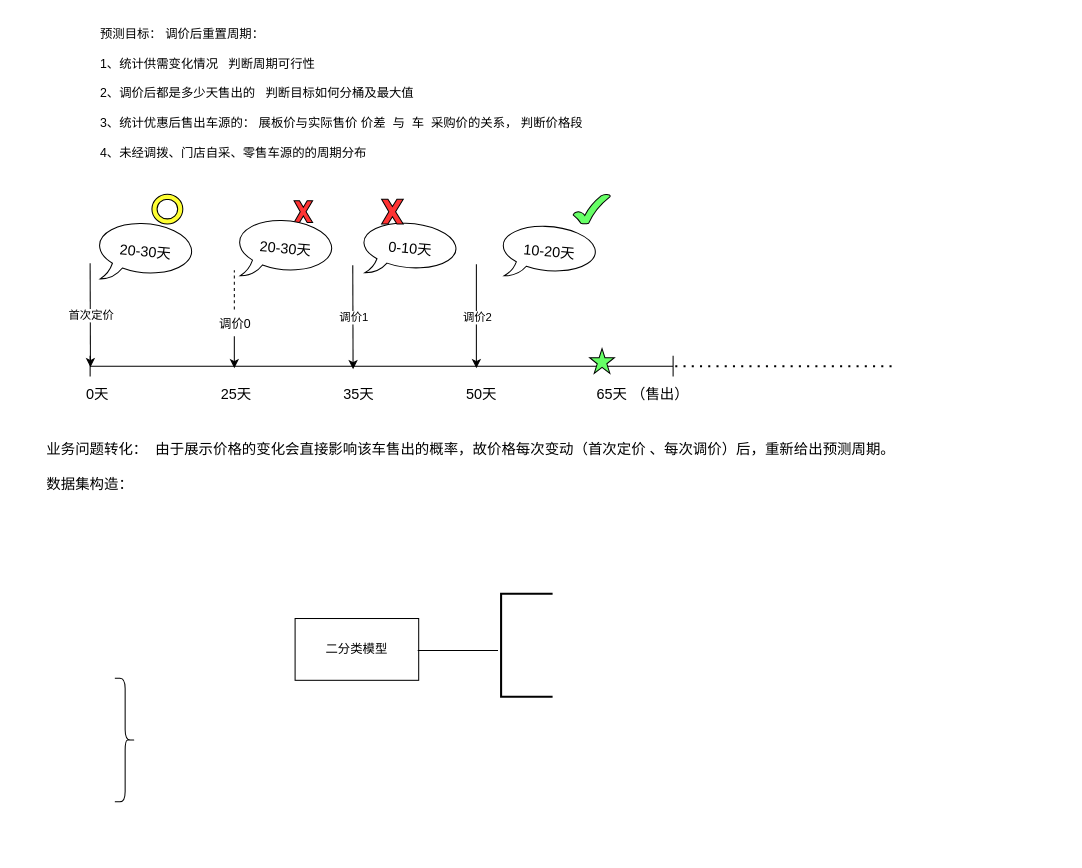
mrlonely001/gittest keeps this draw.io diagram as 周期预测结构图.drawio. Above is the earlier version. Source tidied: cells renumbered, new cells numbered last; positions are measured from the earlier drawing's top-left corner, leaving out a move shared by most shapes. Both pictures are drawn from the tidied source at 103%, with x=0, y=0 at pixel (44, 18).
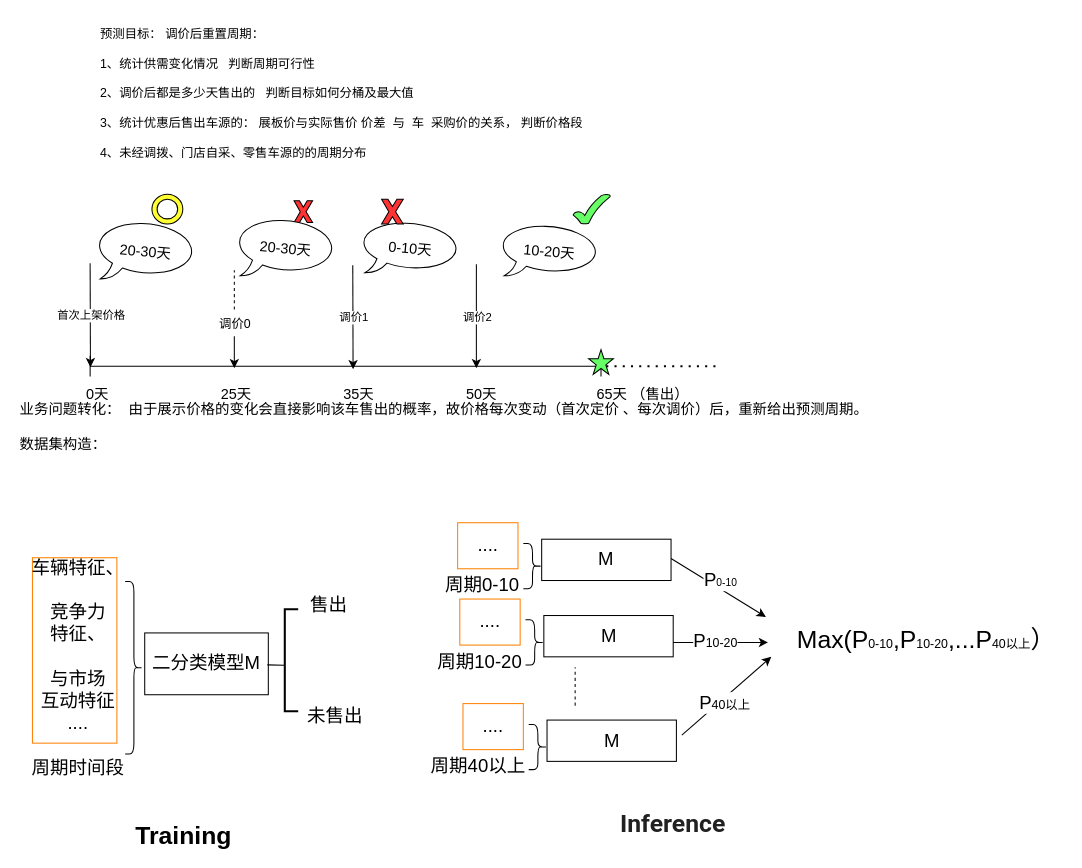
The same page after the edit.

Commit message:
更新周期预测结构图.drawio

The change refers to these unchanged cells:
```xml
<mxCell id="4" style="group;" parent="1" vertex="1">
  <mxGeometry x="23" y="171" width="801" height="209" as="geometry" />
</mxCell>
```

Diff of the diagram source:
```diff
@@
+    <mxCell id="31" style="rounded=0;whiteSpace=wrap;html=1;fontSize=18;fillColor=#FFFFFF;strokeColor=#FF8000;" parent="1" vertex="1">
+      <mxGeometry x="-12" y="524" width="82" height="180" as="geometry" />
+    </mxCell>
@@
     <mxCell id="3" value="&lt;font style=&quot;font-size: 14px;&quot;&gt;业务问题转化：&amp;nbsp; 由于展示价格的变化会直接影响该车售出的概率，故价格每次变动（首次定价 、每次调价）后，重新给出预测周期。&lt;br&gt;&lt;br&gt;数据集构造：&lt;br&gt;&amp;nbsp; &amp;nbsp; &amp;nbsp; &amp;nbsp; &amp;nbsp; &amp;nbsp; &amp;nbsp; &amp;nbsp; &amp;nbsp; &amp;nbsp; &amp;nbsp;&lt;br&gt;&lt;/font&gt;" style="text;html=1;strokeColor=none;fillColor=none;align=left;verticalAlign=middle;whiteSpace=wrap;rounded=0;" parent="1" vertex="1">
-      <mxGeometry y="395" width="858" height="97" as="geometry" />
+      <mxGeometry x="-26" y="356" width="858" height="97" as="geometry" />
     </mxCell>
@@
-    <mxCell id="6" style="group;" parent="4" vertex="1">
-      <mxGeometry x="21" width="780" height="177" as="geometry" />
-    </mxCell>
-    <mxCell id="7" style="shape=crossbar;whiteSpace=wrap;html=1;rounded=1;" parent="6" vertex="1">
-      <mxGeometry y="157" width="566" height="20" as="geometry" />
+    <mxCell id="7" style="shape=crossbar;whiteSpace=wrap;html=1;rounded=1;" parent="4" vertex="1">
+      <mxGeometry x="21" y="157" width="496" height="20" as="geometry" />
     </mxCell>
-    <mxCell id="8" style="endArrow=classic;html=1;rounded=0;entryX=0.131;entryY=0.55;entryDx=0;entryDy=0;entryPerimeter=0;" parent="6" edge="1">
+    <mxCell id="8" style="endArrow=classic;html=1;rounded=0;entryX=0.131;entryY=0.55;entryDx=0;entryDy=0;entryPerimeter=0;" parent="4" edge="1">
       <mxGeometry relative="1" as="geometry">
-        <mxPoint x="255" y="69" as="sourcePoint" />
-        <mxPoint x="255.3" y="170" as="targetPoint" />
+        <mxPoint x="276" y="69" as="sourcePoint" />
+        <mxPoint x="276.3" y="170" as="targetPoint" />
       </mxGeometry>
     </mxCell>
@@
-    <mxCell id="10" style="endArrow=classic;html=1;rounded=0;entryX=0.131;entryY=0.55;entryDx=0;entryDy=0;entryPerimeter=0;" parent="6" edge="1">
+    <mxCell id="10" style="endArrow=classic;html=1;rounded=0;entryX=0.131;entryY=0.55;entryDx=0;entryDy=0;entryPerimeter=0;" parent="4" edge="1">
       <mxGeometry relative="1" as="geometry">
-        <mxPoint x="375" y="68" as="sourcePoint" />
-        <mxPoint x="375" y="169" as="targetPoint" />
+        <mxPoint x="396" y="68" as="sourcePoint" />
+        <mxPoint x="396" y="169" as="targetPoint" />
       </mxGeometry>
     </mxCell>
@@
-    <mxCell id="12" style="endArrow=classic;html=1;rounded=0;entryX=0.131;entryY=0.55;entryDx=0;entryDy=0;entryPerimeter=0;" parent="6" edge="1">
+    <mxCell id="12" style="endArrow=classic;html=1;rounded=0;entryX=0.131;entryY=0.55;entryDx=0;entryDy=0;entryPerimeter=0;" parent="4" edge="1">
       <mxGeometry relative="1" as="geometry">
-        <mxPoint y="67" as="sourcePoint" />
-        <mxPoint x="0.3" y="168" as="targetPoint" />
+        <mxPoint x="21" y="67" as="sourcePoint" />
+        <mxPoint x="21.3" y="168" as="targetPoint" />
       </mxGeometry>
     </mxCell>
-    <mxCell id="13" value="首次定价" style="edgeLabel;html=1;align=center;verticalAlign=middle;" parent="12" vertex="1">
+    <mxCell id="13" value="首次上架价格" style="edgeLabel;html=1;align=center;verticalAlign=middle;" parent="12" vertex="1">
       <mxGeometry relative="1" as="geometry" />
     </mxCell>
-    <mxCell id="14" value="20-30天" style="whiteSpace=wrap;html=1;shape=mxgraph.basic.oval_callout;fontSize=14;rotation=5;" parent="6" vertex="1">
-      <mxGeometry x="4" y="26" width="100" height="60" as="geometry" />
+    <mxCell id="14" value="20-30天" style="whiteSpace=wrap;html=1;shape=mxgraph.basic.oval_callout;fontSize=14;rotation=5;" parent="4" vertex="1">
+      <mxGeometry x="25" y="26" width="100" height="60" as="geometry" />
     </mxCell>
-    <mxCell id="15" value="0-10天" style="whiteSpace=wrap;html=1;shape=mxgraph.basic.oval_callout;fontSize=14;rotation=5;" parent="6" vertex="1">
-      <mxGeometry x="260.7" y="26" width="100" height="54" as="geometry" />
+    <mxCell id="15" value="0-10天" style="whiteSpace=wrap;html=1;shape=mxgraph.basic.oval_callout;fontSize=14;rotation=5;" parent="4" vertex="1">
+      <mxGeometry x="281.7" y="26" width="100" height="54" as="geometry" />
     </mxCell>
-    <mxCell id="16" style="endArrow=none;dashed=1;html=1;dashPattern=1 3;strokeWidth=2;rounded=0;exitX=0.991;exitY=0.65;exitDx=0;exitDy=0;exitPerimeter=0;" parent="6" edge="1">
+    <mxCell id="16" style="endArrow=none;dashed=1;html=1;dashPattern=1 3;strokeWidth=2;rounded=0;exitX=0.991;exitY=0.65;exitDx=0;exitDy=0;exitPerimeter=0;" parent="4" edge="1">
       <mxGeometry relative="1" as="geometry">
-        <mxPoint x="568.1" y="167" as="sourcePoint" />
-        <mxPoint x="780" y="167" as="targetPoint" />
+        <mxPoint x="522.1" y="167" as="sourcePoint" />
+        <mxPoint x="630" y="167" as="targetPoint" />
       </mxGeometry>
     </mxCell>
-    <mxCell id="17" value="10-20天" style="whiteSpace=wrap;html=1;shape=mxgraph.basic.oval_callout;fontSize=14;rotation=5;" parent="6" vertex="1">
-      <mxGeometry x="396" y="29" width="100" height="54" as="geometry" />
+    <mxCell id="17" value="10-20天" style="whiteSpace=wrap;html=1;shape=mxgraph.basic.oval_callout;fontSize=14;rotation=5;" parent="4" vertex="1">
+      <mxGeometry x="417" y="29" width="100" height="54" as="geometry" />
     </mxCell>
-    <mxCell id="18" style="verticalLabelPosition=bottom;verticalAlign=top;html=1;shape=mxgraph.basic.x;fontSize=14;fillColor=#FF3333;" parent="6" vertex="1">
-      <mxGeometry x="198" y="6.5" width="18" height="21" as="geometry" />
+    <mxCell id="18" style="verticalLabelPosition=bottom;verticalAlign=top;html=1;shape=mxgraph.basic.x;fontSize=14;fillColor=#FF3333;" parent="4" vertex="1">
+      <mxGeometry x="219" y="6.5" width="18" height="21" as="geometry" />
     </mxCell>
-    <mxCell id="19" style="verticalLabelPosition=bottom;verticalAlign=top;html=1;shape=mxgraph.basic.x;fontSize=14;fillColor=#FF3333;" parent="6" vertex="1">
-      <mxGeometry x="283" y="5" width="21" height="24" as="geometry" />
+    <mxCell id="19" style="verticalLabelPosition=bottom;verticalAlign=top;html=1;shape=mxgraph.basic.x;fontSize=14;fillColor=#FF3333;" parent="4" vertex="1">
+      <mxGeometry x="304" y="5" width="21" height="24" as="geometry" />
     </mxCell>
-    <mxCell id="20" style="verticalLabelPosition=bottom;verticalAlign=top;html=1;shape=mxgraph.basic.tick;fontSize=14;fillColor=#66FF66;" parent="6" vertex="1">
-      <mxGeometry x="469" width="36" height="29" as="geometry" />
+    <mxCell id="20" style="verticalLabelPosition=bottom;verticalAlign=top;html=1;shape=mxgraph.basic.tick;fontSize=14;fillColor=#66FF66;" parent="4" vertex="1">
+      <mxGeometry x="490" width="36" height="29" as="geometry" />
     </mxCell>
-    <mxCell id="21" style="verticalLabelPosition=bottom;verticalAlign=top;html=1;shape=mxgraph.basic.star;fontSize=14;fillColor=#66FF66;" parent="6" vertex="1">
-      <mxGeometry x="485" y="150" width="24" height="24" as="geometry" />
+    <mxCell id="21" style="verticalLabelPosition=bottom;verticalAlign=top;html=1;shape=mxgraph.basic.star;fontSize=14;fillColor=#66FF66;" parent="4" vertex="1">
+      <mxGeometry x="505" y="151" width="24" height="24" as="geometry" />
     </mxCell>
-    <mxCell id="22" style="endArrow=classic;html=1;rounded=0;" parent="6" edge="1">
+    <mxCell id="22" style="endArrow=classic;html=1;rounded=0;" parent="4" edge="1">
       <mxGeometry relative="1" as="geometry">
-        <mxPoint x="140" y="138" as="sourcePoint" />
-        <mxPoint x="140" y="169" as="targetPoint" />
+        <mxPoint x="161" y="138" as="sourcePoint" />
+        <mxPoint x="161" y="169" as="targetPoint" />
       </mxGeometry>
     </mxCell>
-    <mxCell id="23" style="endArrow=none;dashed=1;html=1;rounded=0;" parent="6" edge="1">
+    <mxCell id="23" style="endArrow=none;dashed=1;html=1;rounded=0;" parent="4" edge="1">
       <mxGeometry relative="1" as="geometry">
-        <mxPoint x="140" y="112" as="sourcePoint" />
-        <mxPoint x="140" y="74" as="targetPoint" />
+        <mxPoint x="161" y="112" as="sourcePoint" />
+        <mxPoint x="161" y="74" as="targetPoint" />
       </mxGeometry>
     </mxCell>
-    <mxCell id="24" value="调价0" style="text;html=1;strokeColor=none;fillColor=none;align=center;verticalAlign=middle;whiteSpace=wrap;rounded=0;" parent="6" vertex="1">
-      <mxGeometry x="111" y="111" width="60" height="30" as="geometry" />
+    <mxCell id="24" value="调价0" style="text;html=1;strokeColor=none;fillColor=none;align=center;verticalAlign=middle;whiteSpace=wrap;rounded=0;" parent="4" vertex="1">
+      <mxGeometry x="132" y="111" width="60" height="30" as="geometry" />
     </mxCell>
-    <mxCell id="25" style="verticalLabelPosition=bottom;verticalAlign=top;html=1;shape=mxgraph.basic.donut;dx=5;fillColor=#FFFF33;" parent="6" vertex="1">
-      <mxGeometry x="60" width="30" height="29" as="geometry" />
+    <mxCell id="25" style="verticalLabelPosition=bottom;verticalAlign=top;html=1;shape=mxgraph.basic.donut;dx=5;fillColor=#FFFF33;" parent="4" vertex="1">
+      <mxGeometry x="81" width="30" height="29" as="geometry" />
     </mxCell>
-    <mxCell id="26" value="20-30天" style="whiteSpace=wrap;html=1;shape=mxgraph.basic.oval_callout;fontSize=14;rotation=5;" parent="6" vertex="1">
-      <mxGeometry x="140" y="23" width="100" height="60" as="geometry" />
+    <mxCell id="26" value="20-30天" style="whiteSpace=wrap;html=1;shape=mxgraph.basic.oval_callout;fontSize=14;rotation=5;" parent="4" vertex="1">
+      <mxGeometry x="161" y="23" width="100" height="60" as="geometry" />
     </mxCell>
-    <mxCell id="27" value="二分类模型" style="rounded=0;whiteSpace=wrap;html=1;fillColor=#FFFFFF;" parent="1" vertex="1">
-      <mxGeometry x="243" y="583" width="120" height="60" as="geometry" />
+    <mxCell id="27" value="&lt;font style=&quot;font-size: 18px;&quot;&gt;二分类模型M&lt;/font&gt;" style="rounded=0;whiteSpace=wrap;html=1;fillColor=#FFFFFF;" parent="1" vertex="1">
+      <mxGeometry x="97" y="597" width="120" height="60" as="geometry" />
     </mxCell>
     <mxCell id="28" style="strokeWidth=2;html=1;shape=mxgraph.flowchart.annotation_1;align=left;fillColor=#FFFFFF;" parent="1" vertex="1">
-      <mxGeometry x="443" y="559" width="50" height="100" as="geometry" />
+      <mxGeometry x="233" y="574" width="13" height="99" as="geometry" />
     </mxCell>
@@
     <mxCell id="30" style="shape=curlyBracket;whiteSpace=wrap;html=1;rounded=1;flipH=1;labelPosition=right;verticalLabelPosition=middle;align=left;verticalAlign=middle;fillColor=#FFFFFF;" parent="1" vertex="1">
-      <mxGeometry x="68" y="641" width="20" height="120" as="geometry" />
+      <mxGeometry x="78" y="547" width="17" height="167.5" as="geometry" />
     </mxCell>
+    <mxCell id="32" value="&lt;font style=&quot;font-size: 18px;&quot;&gt;车辆特征、&lt;br&gt;&lt;br&gt;竞争力&lt;br&gt;特征、&lt;br&gt;&lt;br&gt;与市场&lt;br&gt;互动特征&lt;br&gt;....&lt;br&gt;&lt;br&gt;周期时间段&lt;/font&gt;" style="text;html=1;strokeColor=none;fillColor=none;align=center;verticalAlign=middle;whiteSpace=wrap;rounded=0;" parent="1" vertex="1">
+      <mxGeometry x="-17" y="530.3" width="99" height="200.9" as="geometry" />
+    </mxCell>
+    <mxCell id="33" value="售出" style="text;html=1;strokeColor=none;fillColor=none;align=center;verticalAlign=middle;whiteSpace=wrap;rounded=0;fontSize=18;" parent="1" vertex="1">
+      <mxGeometry x="246" y="555" width="60" height="30" as="geometry" />
+    </mxCell>
+    <mxCell id="34" value="未售出" style="text;html=1;strokeColor=none;fillColor=none;align=center;verticalAlign=middle;whiteSpace=wrap;rounded=0;fontSize=18;" parent="1" vertex="1">
+      <mxGeometry x="252" y="663" width="60" height="30" as="geometry" />
+    </mxCell>
+    <mxCell id="35" value="&lt;font style=&quot;font-size: 24px;&quot;&gt;&lt;b&gt;Training&lt;/b&gt;&lt;/font&gt;" style="text;html=1;strokeColor=none;fillColor=none;align=center;verticalAlign=middle;whiteSpace=wrap;rounded=0;fontSize=18;" parent="1" vertex="1">
+      <mxGeometry x="105" y="779" width="60" height="30" as="geometry" />
+    </mxCell>
+    <mxCell id="36" style="group;" parent="1" vertex="1">
+      <mxGeometry x="383" y="490" width="607" height="249" as="geometry" />
+    </mxCell>
+    <mxCell id="37" style="group;" parent="36" vertex="1">
+      <mxGeometry width="225" height="73.4" as="geometry" />
+    </mxCell>
+    <mxCell id="38" value="M" style="rounded=0;whiteSpace=wrap;html=1;fontSize=18;fillColor=#FFFFFF;" parent="37" vertex="1">
+      <mxGeometry x="99.4" y="16" width="125.6" height="40.1" as="geometry" />
+    </mxCell>
+    <mxCell id="39" value="...." style="rounded=0;whiteSpace=wrap;html=1;fontSize=18;fillColor=#FFFFFF;strokeColor=#FF8000;" parent="37" vertex="1">
+      <mxGeometry x="17.8" width="58.6" height="44.7" as="geometry" />
+    </mxCell>
+    <mxCell id="40" style="shape=curlyBracket;whiteSpace=wrap;html=1;rounded=1;flipH=1;labelPosition=right;verticalLabelPosition=middle;align=left;verticalAlign=middle;fillColor=#FFFFFF;" parent="37" vertex="1">
+      <mxGeometry x="81.6" y="20.2" width="17.8" height="43.9" as="geometry" />
+    </mxCell>
+    <mxCell id="41" value="周期0-10" style="text;html=1;strokeColor=none;fillColor=none;align=center;verticalAlign=middle;whiteSpace=wrap;rounded=0;fontSize=18;" parent="37" vertex="1">
+      <mxGeometry y="49.4" width="83.7" height="24" as="geometry" />
+    </mxCell>
+    <mxCell id="42" style="group;" parent="36" vertex="1">
+      <mxGeometry x="2.1" y="74.1" width="225" height="73.4" as="geometry" />
+    </mxCell>
+    <mxCell id="43" value="M" style="rounded=0;whiteSpace=wrap;html=1;fontSize=18;fillColor=#FFFFFF;" parent="42" vertex="1">
+      <mxGeometry x="99.4" y="16" width="125.6" height="40.1" as="geometry" />
+    </mxCell>
+    <mxCell id="44" value="...." style="rounded=0;whiteSpace=wrap;html=1;fontSize=18;fillColor=#FFFFFF;strokeColor=#FF8000;" parent="42" vertex="1">
+      <mxGeometry x="17.8" width="58.6" height="44.7" as="geometry" />
+    </mxCell>
+    <mxCell id="45" style="shape=curlyBracket;whiteSpace=wrap;html=1;rounded=1;flipH=1;labelPosition=right;verticalLabelPosition=middle;align=left;verticalAlign=middle;fillColor=#FFFFFF;" parent="42" vertex="1">
+      <mxGeometry x="81.6" y="20.2" width="17.8" height="43.9" as="geometry" />
+    </mxCell>
+    <mxCell id="46" value="周期10-20" style="text;html=1;strokeColor=none;fillColor=none;align=center;verticalAlign=middle;whiteSpace=wrap;rounded=0;fontSize=18;" parent="42" vertex="1">
+      <mxGeometry x="-9.4" y="49.4" width="93.1" height="24" as="geometry" />
+    </mxCell>
+    <mxCell id="47" style="endArrow=none;dashed=1;html=1;rounded=0;fontSize=18;" parent="42" edge="1">
+      <mxGeometry relative="1" as="geometry">
+        <mxPoint x="129.8" y="103.5" as="sourcePoint" />
+        <mxPoint x="129.8" y="66.1" as="targetPoint" />
+      </mxGeometry>
+    </mxCell>
+    <mxCell id="48" style="group;" parent="36" vertex="1">
+      <mxGeometry x="5.2" y="175.6" width="225" height="73.4" as="geometry" />
+    </mxCell>
+    <mxCell id="49" value="M" style="rounded=0;whiteSpace=wrap;html=1;fontSize=18;fillColor=#FFFFFF;" parent="48" vertex="1">
+      <mxGeometry x="99.4" y="16" width="125.6" height="40.1" as="geometry" />
+    </mxCell>
+    <mxCell id="50" value="...." style="rounded=0;whiteSpace=wrap;html=1;fontSize=18;fillColor=#FFFFFF;strokeColor=#FF8000;" parent="48" vertex="1">
+      <mxGeometry x="17.8" width="58.6" height="44.7" as="geometry" />
+    </mxCell>
+    <mxCell id="51" style="shape=curlyBracket;whiteSpace=wrap;html=1;rounded=1;flipH=1;labelPosition=right;verticalLabelPosition=middle;align=left;verticalAlign=middle;fillColor=#FFFFFF;" parent="48" vertex="1">
+      <mxGeometry x="81.6" y="20.2" width="17.8" height="43.9" as="geometry" />
+    </mxCell>
+    <mxCell id="52" value="周期40以上" style="text;html=1;strokeColor=none;fillColor=none;align=center;verticalAlign=middle;whiteSpace=wrap;rounded=0;fontSize=18;" parent="48" vertex="1">
+      <mxGeometry x="-17.8" y="49.4" width="101.5" height="24" as="geometry" />
+    </mxCell>
+    <mxCell id="53" style="endArrow=classic;html=1;rounded=0;fontSize=18;" parent="36" edge="1">
+      <mxGeometry relative="1" as="geometry">
+        <mxPoint x="225" y="34.7" as="sourcePoint" />
+        <mxPoint x="317.1" y="91.5" as="targetPoint" />
+      </mxGeometry>
+    </mxCell>
+    <mxCell id="54" value="P&lt;font style=&quot;font-size: 10px;&quot;&gt;0-10&lt;/font&gt;" style="edgeLabel;html=1;align=center;verticalAlign=middle;fontSize=18;" parent="53" vertex="1">
+      <mxGeometry x="0.42" y="-5" relative="1" as="geometry">
+        <mxPoint x="-15" y="-24" as="offset" />
+      </mxGeometry>
+    </mxCell>
+    <mxCell id="55" style="endArrow=classic;html=1;rounded=0;fontSize=18;" parent="36" edge="1">
+      <mxGeometry relative="1" as="geometry">
+        <mxPoint x="227.1" y="116.2" as="sourcePoint" />
+        <mxPoint x="319.2" y="116.2" as="targetPoint" />
+      </mxGeometry>
+    </mxCell>
+    <mxCell id="56" style="endArrow=classic;html=1;rounded=0;fontSize=18;" parent="36" edge="1">
+      <mxGeometry relative="1" as="geometry">
+        <mxPoint x="235.5" y="206.3" as="sourcePoint" />
+        <mxPoint x="322.3" y="130.2" as="targetPoint" />
+      </mxGeometry>
+    </mxCell>
+    <mxCell id="57" value="&lt;font style=&quot;font-size: 24px;&quot;&gt;Max(P&lt;/font&gt;&lt;font style=&quot;font-size: 12px;&quot;&gt;0-10&lt;/font&gt;&lt;font style=&quot;font-size: 24px;&quot;&gt;,P&lt;/font&gt;&lt;font style=&quot;font-size: 12px;&quot;&gt;10-20&lt;/font&gt;&lt;font style=&quot;font-size: 24px;&quot;&gt;,...P&lt;/font&gt;&lt;font style=&quot;font-size: 12px;&quot;&gt;40以上&lt;/font&gt;&lt;font style=&quot;font-size: 24px;&quot;&gt;）&lt;/font&gt;" style="text;html=1;strokeColor=none;fillColor=none;align=center;verticalAlign=middle;whiteSpace=wrap;rounded=0;fontSize=18;" parent="36" vertex="1">
+      <mxGeometry x="339.1" y="83.4" width="267.9" height="61.4" as="geometry" />
+    </mxCell>
+    <mxCell id="58" value="P&lt;font style=&quot;font-size: 12px;&quot;&gt;10-20&lt;/font&gt;" style="edgeLabel;html=1;align=center;verticalAlign=middle;fontSize=18;" parent="36" vertex="1">
+      <mxGeometry x="267.9" y="114.2" as="geometry" />
+    </mxCell>
+    <mxCell id="59" value="P&lt;font style=&quot;font-size: 12px;&quot;&gt;40以上&lt;/font&gt;" style="edgeLabel;html=1;align=center;verticalAlign=middle;fontSize=18;" parent="36" vertex="1">
+      <mxGeometry x="301.4" y="21" as="geometry">
+        <mxPoint x="-25" y="153" as="offset" />
+      </mxGeometry>
+    </mxCell>
+    <mxCell id="60" value="&lt;table style=&quot;-webkit-tap-highlight-color: transparent; border: 0px; margin: 0px; padding: 0px; border-collapse: collapse; border-spacing: 0px; position: relative; color: rgba(0, 0, 0, 0.87); font-family: Roboto, RobotoDraft, Helvetica, Arial, sans-serif; text-align: start; background-color: rgb(255, 255, 255);&quot; class=&quot;CFNMfb&quot;&gt;&lt;tbody style=&quot;-webkit-tap-highlight-color: transparent; border: 0px; margin: 0px; padding: 0px;&quot; class=&quot;U87jab&quot;&gt;&lt;tr style=&quot;-webkit-tap-highlight-color: transparent; border: 0px; margin: 0px; padding: 0px; height: 1px;&quot; class=&quot;TKwHGb&quot;&gt;&lt;th style=&quot;-webkit-tap-highlight-color: transparent; border: 0px; margin: 0px; padding: 0px; font: inherit; text-align: left; vertical-align: top;&quot; scope=&quot;row&quot; class=&quot;rsNpAc S18kfe&quot;&gt;&lt;div style=&quot;-webkit-tap-highlight-color: transparent; margin-top: 4px;&quot; lang=&quot;en&quot; role=&quot;presentation&quot; class=&quot;KnIHac&quot;&gt;&lt;font style=&quot;font-size: 24px;&quot;&gt;&lt;b&gt;Inference&lt;/b&gt;&lt;/font&gt;&lt;/div&gt;&lt;/th&gt;&lt;td style=&quot;-webkit-tap-highlight-color: transparent; border: 0px; margin: 0px; padding: 0px; vertical-align: top; color: rgb(95, 99, 104); width: 451.156px;&quot; class=&quot;rsNpAc xex4Kc&quot;&gt;&lt;/td&gt;&lt;/tr&gt;&lt;/tbody&gt;&lt;/table&gt;" style="text;html=1;strokeColor=none;fillColor=none;align=center;verticalAlign=middle;whiteSpace=wrap;rounded=0;fontSize=12;" parent="1" vertex="1">
+      <mxGeometry x="558" y="766" width="154" height="30" as="geometry" />
+    </mxCell>
```
